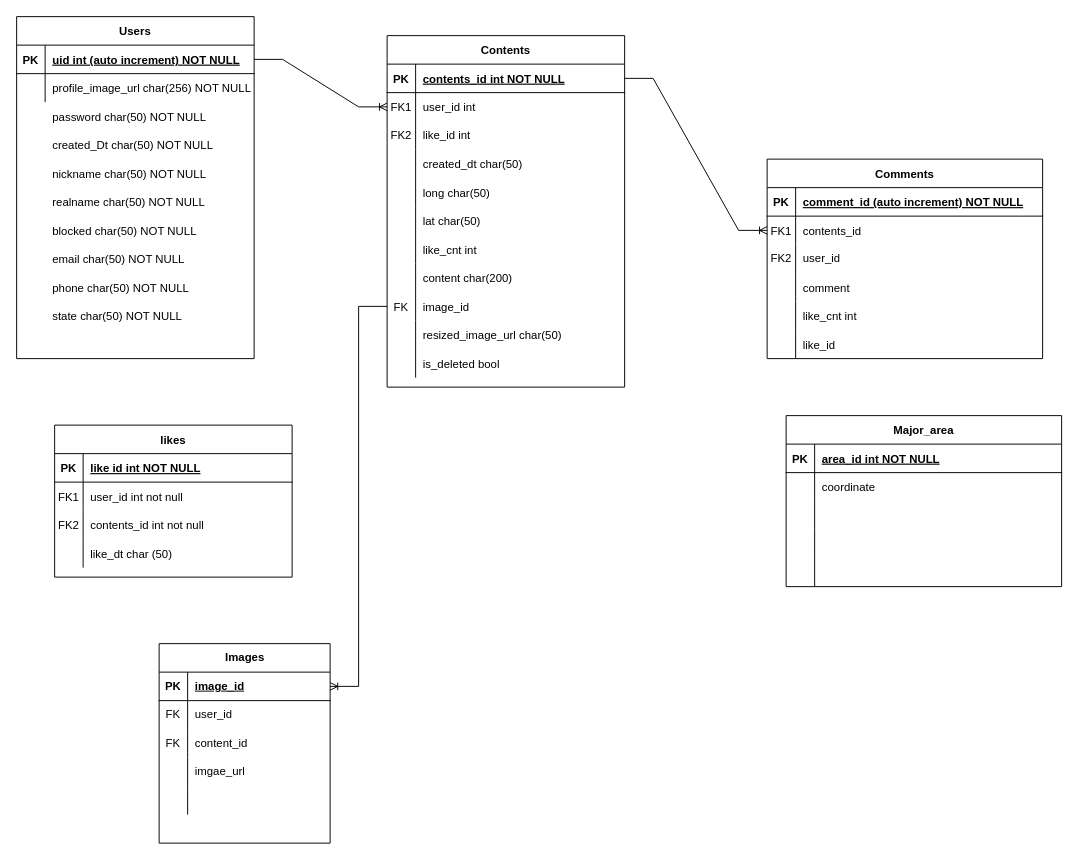
This is nostel_wireframe_based_v0.drawio from SangDoJoong/nostalgic-space-api, a draw.io file, before an edit. Source tidied: cells renumbered, new cells numbered last; positions are measured from the earlier drawing's top-left corner, leaving out a move shared by most shapes. Both pictures are drawn from the tidied source at 95%, with x=0, y=0 at pixel (16, 16).
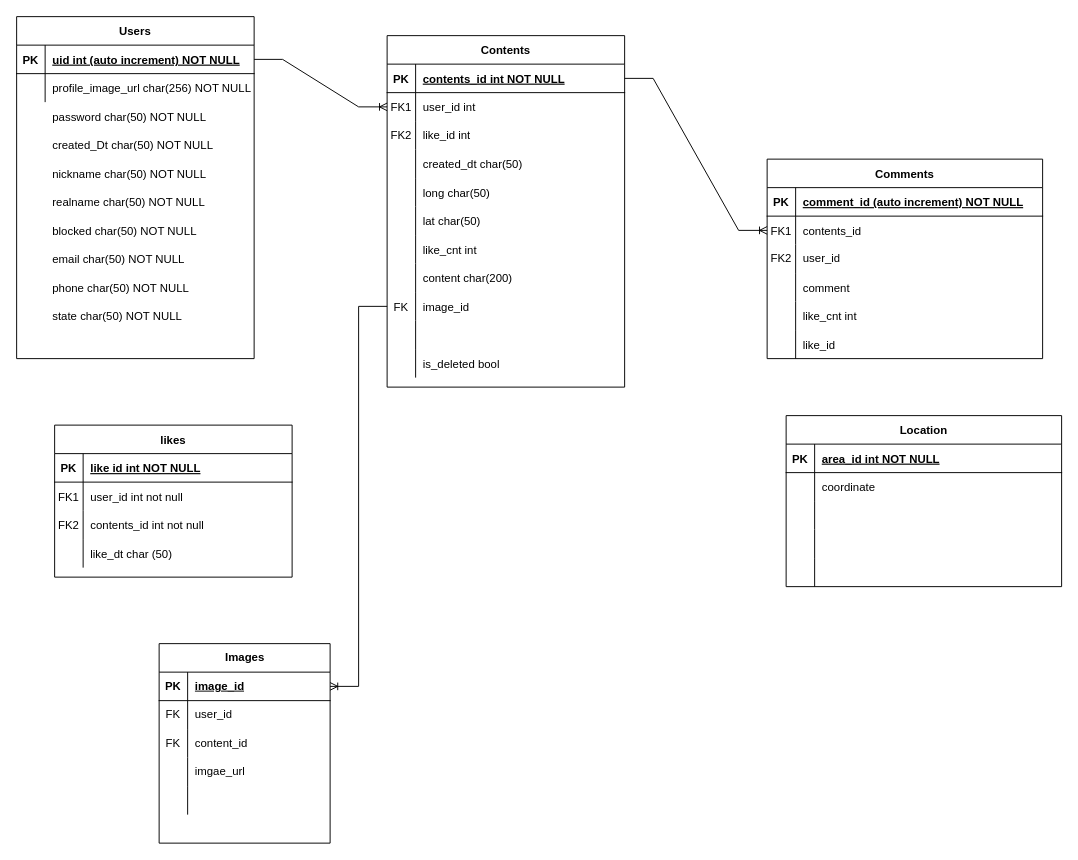
Above is the later version.

Unchanged cells that the change refers to:
```xml
<mxCell id="30" style="shape=tableRow;horizontal=0;startSize=0;swimlaneHead=0;swimlaneBody=0;fillColor=none;top=0;left=0;right=0;bottom=0;" parent="2" vertex="1">
  <mxGeometry y="300" width="250" height="30" as="geometry" />
</mxCell>
```

What changed in the source:
```diff
@@
-    <mxCell id="32" value="resized_image_url char(50)" style="shape=partialRectangle;fillColor=none;top=0;left=0;bottom=0;right=0;align=left;spacingLeft=6;overflow=hidden;" parent="30" vertex="1">
+    <mxCell id="32" style="shape=partialRectangle;fillColor=none;top=0;left=0;bottom=0;right=0;align=left;spacingLeft=6;overflow=hidden;" parent="30" vertex="1">
       <mxGeometry x="30" width="220" height="30" as="geometry" />
     </mxCell>
@@
-    <mxCell id="84" value="Major_area" style="shape=table;startSize=30;childLayout=tableLayout;rowLines=0;fontStyle=1;align=center;" parent="1" vertex="1">
+    <mxCell id="84" value="Location" style="shape=table;startSize=30;childLayout=tableLayout;rowLines=0;fontStyle=1;align=center;" parent="1" vertex="1">
       <mxGeometry x="810" y="420" width="290" height="180" as="geometry" />
     </mxCell>
```
